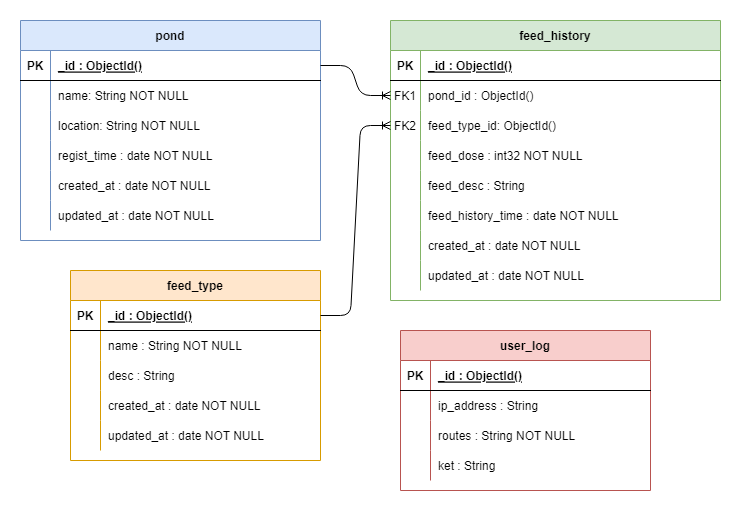
andrirahmanto/backendserverfishculture keeps this draw.io diagram as doc/Sprint 1/diagram database/database.png. Above is the earlier version. Source tidied: cells renumbered, new cells last; positions are measured from the earlier drawing's top-left corner, leaving out a move shared by most shapes.
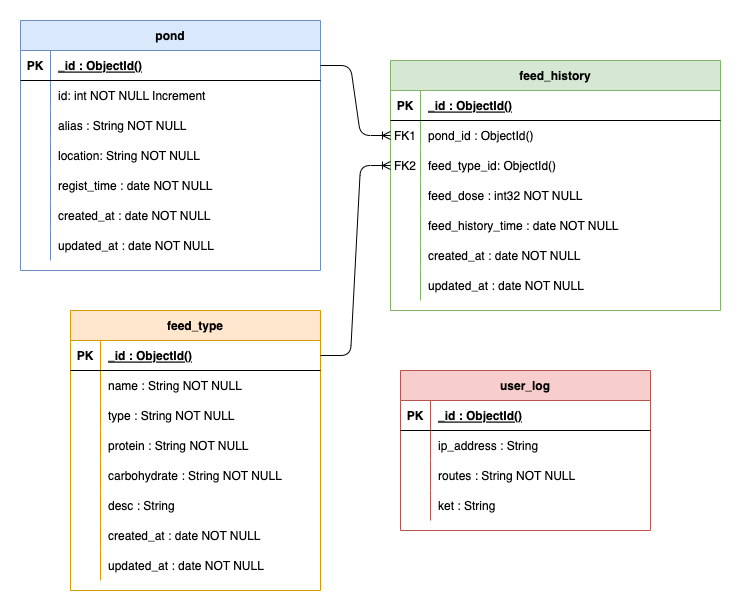
The same file after the commit.

Commit message:
docs: update diagram database

The edit, as a diff of the source:
```diff
@@ -3,7 +3,7 @@
     <mxCell id="0" />
     <mxCell id="1" parent="0" />
     <mxCell id="2" value="feed_history" style="shape=table;startSize=30;rowLines=0;fontStyle=1;align=center;fillColor=#d5e8d4;strokeColor=#82b366;" parent="1" vertex="1">
-      <mxGeometry x="370" width="330" height="280" as="geometry" />
+      <mxGeometry x="370" width="330" height="250" as="geometry" />
     </mxCell>
     <mxCell id="3" style="shape=partialRectangle;fillColor=none;top=0;left=0;right=0;bottom=1;" parent="2" vertex="1">
       <mxGeometry y="30" width="330" height="30" as="geometry" />
@@ -41,17 +41,8 @@
     <mxCell id="14" value="feed_dose : int32 NOT NULL" style="shape=partialRectangle;overflow=hidden;fillColor=none;top=0;left=0;bottom=0;right=0;align=left;spacingLeft=6;" parent="12" vertex="1">
       <mxGeometry x="30" width="300" height="30" as="geometry" />
     </mxCell>
-    <mxCell id="15" style="shape=partialRectangle;fillColor=none;top=0;left=0;right=0;bottom=0;" parent="2" vertex="1">
-      <mxGeometry y="150" width="330" height="30" as="geometry" />
-    </mxCell>
-    <mxCell id="16" style="shape=partialRectangle;overflow=hidden;fillColor=none;top=0;left=0;bottom=0;right=0;" parent="15" vertex="1">
-      <mxGeometry width="30" height="30" as="geometry" />
-    </mxCell>
-    <mxCell id="17" value="feed_desc : String" style="shape=partialRectangle;overflow=hidden;fillColor=none;top=0;left=0;bottom=0;right=0;align=left;spacingLeft=6;" parent="15" vertex="1">
-      <mxGeometry x="30" width="300" height="30" as="geometry" />
-    </mxCell>
     <mxCell id="18" style="shape=partialRectangle;fillColor=none;top=0;left=0;right=0;bottom=0;" parent="2" vertex="1">
-      <mxGeometry y="180" width="330" height="30" as="geometry" />
+      <mxGeometry y="150" width="330" height="30" as="geometry" />
     </mxCell>
     <mxCell id="19" style="shape=partialRectangle;overflow=hidden;fillColor=none;top=0;left=0;bottom=0;right=0;" parent="18" vertex="1">
       <mxGeometry width="30" height="30" as="geometry" />
@@ -60,7 +51,7 @@
       <mxGeometry x="30" width="300" height="30" as="geometry" />
     </mxCell>
     <mxCell id="21" style="shape=partialRectangle;fillColor=none;top=0;left=0;right=0;bottom=0;" parent="2" vertex="1">
-      <mxGeometry y="210" width="330" height="30" as="geometry" />
+      <mxGeometry y="180" width="330" height="30" as="geometry" />
     </mxCell>
     <mxCell id="22" style="shape=partialRectangle;overflow=hidden;fillColor=none;top=0;left=0;bottom=0;right=0;" parent="21" vertex="1">
       <mxGeometry width="30" height="30" as="geometry" />
@@ -69,7 +60,7 @@
       <mxGeometry x="30" width="300" height="30" as="geometry" />
     </mxCell>
     <mxCell id="24" style="shape=partialRectangle;fillColor=none;top=0;left=0;right=0;bottom=0;" parent="2" vertex="1">
-      <mxGeometry y="240" width="330" height="30" as="geometry" />
+      <mxGeometry y="210" width="330" height="30" as="geometry" />
     </mxCell>
     <mxCell id="25" style="shape=partialRectangle;overflow=hidden;fillColor=none;top=0;left=0;bottom=0;right=0;" parent="24" vertex="1">
       <mxGeometry width="30" height="30" as="geometry" />
@@ -78,7 +69,7 @@
       <mxGeometry x="30" width="300" height="30" as="geometry" />
     </mxCell>
     <mxCell id="27" value="feed_type" style="shape=table;startSize=30;rowLines=0;fontStyle=1;align=center;fillColor=#ffe6cc;strokeColor=#d79b00;" parent="1" vertex="1">
-      <mxGeometry x="50" y="250" width="250" height="190" as="geometry" />
+      <mxGeometry x="50" y="250" width="250" height="280" as="geometry" />
     </mxCell>
     <mxCell id="28" style="shape=partialRectangle;fillColor=none;points=[[0,0.5],[1,0.5]];portConstraint=eastwest;top=0;left=0;right=0;bottom=1;" parent="27" vertex="1">
       <mxGeometry y="30" width="250" height="30" as="geometry" />
@@ -98,8 +89,35 @@
     <mxCell id="33" value="name : String NOT NULL" style="shape=partialRectangle;overflow=hidden;fillColor=none;top=0;left=0;bottom=0;right=0;align=left;spacingLeft=6;" parent="31" vertex="1">
       <mxGeometry x="30" width="220" height="30" as="geometry" />
     </mxCell>
+    <mxCell id="77" style="shape=partialRectangle;fillColor=none;top=0;left=0;right=0;bottom=0;" parent="27" vertex="1">
+      <mxGeometry y="90" width="250" height="30" as="geometry" />
+    </mxCell>
+    <mxCell id="78" style="shape=partialRectangle;overflow=hidden;fillColor=none;top=0;left=0;bottom=0;right=0;" parent="77" vertex="1">
+      <mxGeometry width="30" height="30" as="geometry" />
+    </mxCell>
+    <mxCell id="79" value="type : String NOT NULL" style="shape=partialRectangle;overflow=hidden;fillColor=none;top=0;left=0;bottom=0;right=0;align=left;spacingLeft=6;" parent="77" vertex="1">
+      <mxGeometry x="30" width="220" height="30" as="geometry" />
+    </mxCell>
+    <mxCell id="80" style="shape=partialRectangle;fillColor=none;top=0;left=0;right=0;bottom=0;" parent="27" vertex="1">
+      <mxGeometry y="120" width="250" height="30" as="geometry" />
+    </mxCell>
+    <mxCell id="81" style="shape=partialRectangle;overflow=hidden;fillColor=none;top=0;left=0;bottom=0;right=0;" parent="80" vertex="1">
+      <mxGeometry width="30" height="30" as="geometry" />
+    </mxCell>
+    <mxCell id="82" value="protein : String NOT NULL" style="shape=partialRectangle;overflow=hidden;fillColor=none;top=0;left=0;bottom=0;right=0;align=left;spacingLeft=6;" parent="80" vertex="1">
+      <mxGeometry x="30" width="220" height="30" as="geometry" />
+    </mxCell>
+    <mxCell id="83" style="shape=partialRectangle;fillColor=none;top=0;left=0;right=0;bottom=0;" parent="27" vertex="1">
+      <mxGeometry y="150" width="250" height="30" as="geometry" />
+    </mxCell>
+    <mxCell id="84" style="shape=partialRectangle;overflow=hidden;fillColor=none;top=0;left=0;bottom=0;right=0;" parent="83" vertex="1">
+      <mxGeometry width="30" height="30" as="geometry" />
+    </mxCell>
+    <mxCell id="85" value="carbohydrate : String NOT NULL" style="shape=partialRectangle;overflow=hidden;fillColor=none;top=0;left=0;bottom=0;right=0;align=left;spacingLeft=6;" parent="83" vertex="1">
+      <mxGeometry x="30" width="220" height="30" as="geometry" />
+    </mxCell>
     <mxCell id="34" style="shape=partialRectangle;fillColor=none;top=0;left=0;right=0;bottom=0;" parent="27" vertex="1">
-      <mxGeometry y="90" width="250" height="30" as="geometry" />
+      <mxGeometry y="180" width="250" height="30" as="geometry" />
     </mxCell>
     <mxCell id="35" style="shape=partialRectangle;overflow=hidden;fillColor=none;top=0;left=0;bottom=0;right=0;" parent="34" vertex="1">
       <mxGeometry width="30" height="30" as="geometry" />
@@ -108,7 +126,7 @@
       <mxGeometry x="30" width="220" height="30" as="geometry" />
     </mxCell>
     <mxCell id="37" style="shape=partialRectangle;fillColor=none;top=0;left=0;right=0;bottom=0;" parent="27" vertex="1">
-      <mxGeometry y="120" width="250" height="30" as="geometry" />
+      <mxGeometry y="210" width="250" height="30" as="geometry" />
     </mxCell>
     <mxCell id="38" style="shape=partialRectangle;overflow=hidden;fillColor=none;top=0;left=0;bottom=0;right=0;" parent="37" vertex="1">
       <mxGeometry width="30" height="30" as="geometry" />
@@ -117,7 +135,7 @@
       <mxGeometry x="30" width="220" height="30" as="geometry" />
     </mxCell>
     <mxCell id="40" style="shape=partialRectangle;fillColor=none;top=0;left=0;right=0;bottom=0;" parent="27" vertex="1">
-      <mxGeometry y="150" width="250" height="30" as="geometry" />
+      <mxGeometry y="240" width="250" height="30" as="geometry" />
     </mxCell>
     <mxCell id="41" style="shape=partialRectangle;overflow=hidden;fillColor=none;top=0;left=0;bottom=0;right=0;" parent="40" vertex="1">
       <mxGeometry width="30" height="30" as="geometry" />
@@ -126,7 +144,7 @@
       <mxGeometry x="30" width="220" height="30" as="geometry" />
     </mxCell>
     <mxCell id="43" value="pond" style="shape=table;startSize=30;rowLines=0;fontStyle=1;align=center;fillColor=#dae8fc;strokeColor=#6c8ebf;" parent="1" vertex="1">
-      <mxGeometry width="300" height="220" as="geometry" />
+      <mxGeometry y="-40" width="300" height="250" as="geometry" />
     </mxCell>
     <mxCell id="44" style="shape=partialRectangle;fillColor=none;points=[[0,0.5],[1,0.5]];portConstraint=eastwest;top=0;left=0;right=0;bottom=1;" parent="43" vertex="1">
       <mxGeometry y="30" width="300" height="30" as="geometry" />
@@ -143,11 +161,20 @@
     <mxCell id="48" style="shape=partialRectangle;overflow=hidden;fillColor=none;top=0;left=0;bottom=0;right=0;" parent="47" vertex="1">
       <mxGeometry width="30" height="30" as="geometry" />
     </mxCell>
-    <mxCell id="49" value="name: String NOT NULL" style="shape=partialRectangle;overflow=hidden;fillColor=none;top=0;left=0;bottom=0;right=0;align=left;spacingLeft=6;" parent="47" vertex="1">
+    <mxCell id="49" value="id: int NOT NULL Increment" style="shape=partialRectangle;overflow=hidden;fillColor=none;top=0;left=0;bottom=0;right=0;align=left;spacingLeft=6;" parent="47" vertex="1">
       <mxGeometry x="30" width="270" height="30" as="geometry" />
     </mxCell>
+    <mxCell id="86" style="shape=partialRectangle;fillColor=none;top=0;left=0;right=0;bottom=0;" parent="43" vertex="1">
+      <mxGeometry y="90" width="300" height="30" as="geometry" />
+    </mxCell>
+    <mxCell id="87" style="shape=partialRectangle;overflow=hidden;fillColor=none;top=0;left=0;bottom=0;right=0;" parent="86" vertex="1">
+      <mxGeometry width="30" height="30" as="geometry" />
+    </mxCell>
+    <mxCell id="88" value="alias : String NOT NULL" style="shape=partialRectangle;overflow=hidden;fillColor=none;top=0;left=0;bottom=0;right=0;align=left;spacingLeft=6;" parent="86" vertex="1">
+      <mxGeometry x="30" width="270" height="30" as="geometry" />
+    </mxCell>
     <mxCell id="50" style="shape=partialRectangle;fillColor=none;top=0;left=0;right=0;bottom=0;" parent="43" vertex="1">
-      <mxGeometry y="90" width="300" height="30" as="geometry" />
+      <mxGeometry y="120" width="300" height="30" as="geometry" />
     </mxCell>
     <mxCell id="51" style="shape=partialRectangle;overflow=hidden;fillColor=none;top=0;left=0;bottom=0;right=0;" parent="50" vertex="1">
       <mxGeometry width="30" height="30" as="geometry" />
@@ -156,7 +183,7 @@
       <mxGeometry x="30" width="270" height="30" as="geometry" />
     </mxCell>
     <mxCell id="53" style="shape=partialRectangle;fillColor=none;top=0;left=0;right=0;bottom=0;" parent="43" vertex="1">
-      <mxGeometry y="120" width="300" height="30" as="geometry" />
+      <mxGeometry y="150" width="300" height="30" as="geometry" />
     </mxCell>
     <mxCell id="54" style="shape=partialRectangle;overflow=hidden;fillColor=none;top=0;left=0;bottom=0;right=0;" parent="53" vertex="1">
       <mxGeometry width="30" height="30" as="geometry" />
@@ -165,7 +192,7 @@
       <mxGeometry x="30" width="270" height="30" as="geometry" />
     </mxCell>
     <mxCell id="56" style="shape=partialRectangle;fillColor=none;top=0;left=0;right=0;bottom=0;" parent="43" vertex="1">
-      <mxGeometry y="150" width="300" height="30" as="geometry" />
+      <mxGeometry y="180" width="300" height="30" as="geometry" />
     </mxCell>
     <mxCell id="57" style="shape=partialRectangle;overflow=hidden;fillColor=none;top=0;left=0;bottom=0;right=0;" parent="56" vertex="1">
       <mxGeometry width="30" height="30" as="geometry" />
@@ -174,7 +201,7 @@
       <mxGeometry x="30" width="270" height="30" as="geometry" />
     </mxCell>
     <mxCell id="59" style="shape=partialRectangle;fillColor=none;top=0;left=0;right=0;bottom=0;" parent="43" vertex="1">
-      <mxGeometry y="180" width="300" height="30" as="geometry" />
+      <mxGeometry y="210" width="300" height="30" as="geometry" />
     </mxCell>
     <mxCell id="60" style="shape=partialRectangle;overflow=hidden;fillColor=none;top=0;left=0;bottom=0;right=0;" parent="59" vertex="1">
       <mxGeometry width="30" height="30" as="geometry" />
```
